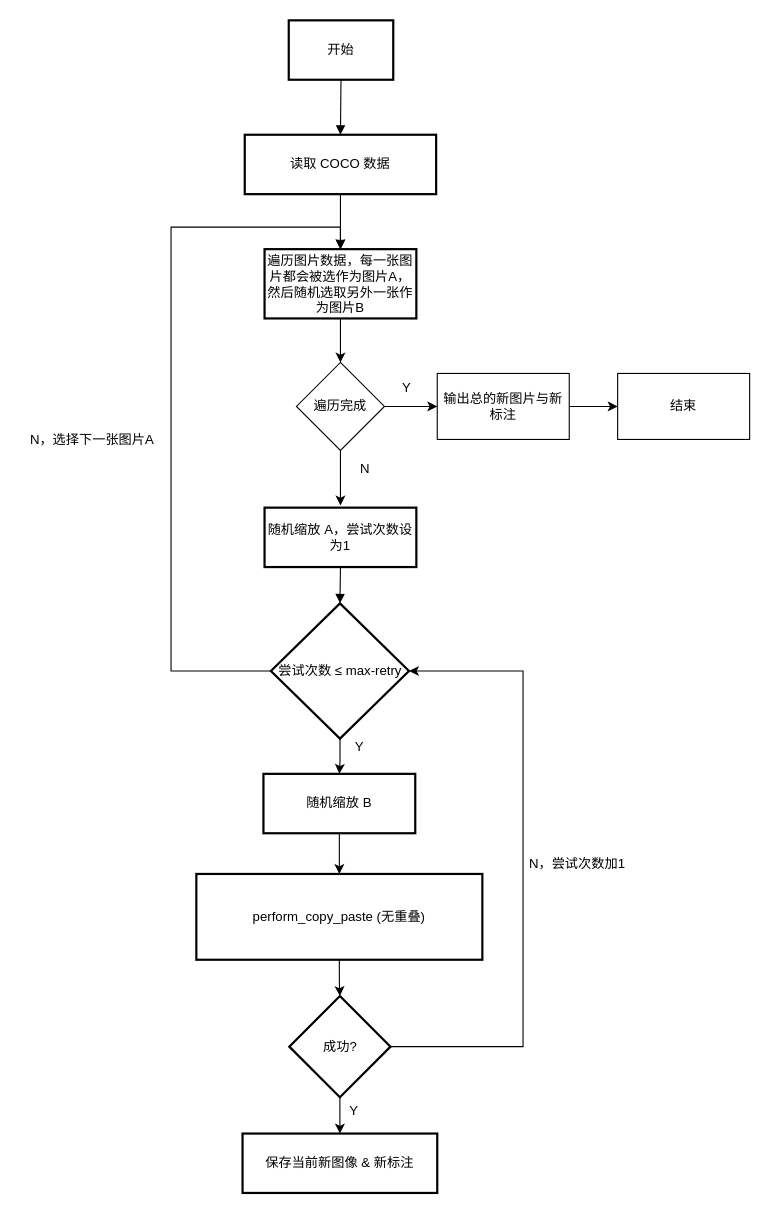
Before: simple-copy-paste.drawio in llxgdtop/weblab-project, a draw.io diagram. Source tidied: cells renumbered, new cells numbered last; positions are measured from the earlier drawing's top-left corner, leaving out a move shared by most shapes. Both pictures are drawn from the tidied source at 110%, with x=0, y=0 at pixel (19, 20).
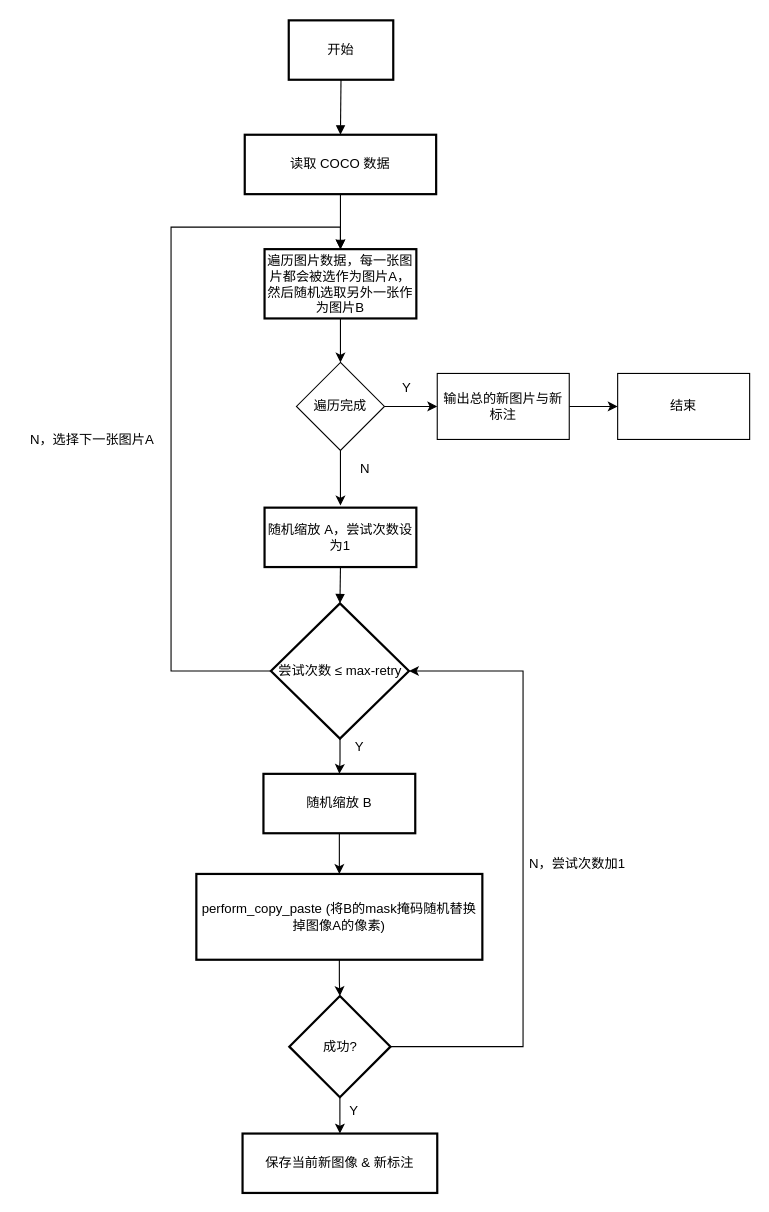
The same page after the edit.

Change to the diagram source:
```diff
@@
-    <mxCell id="13" value="perform_copy_paste (无重叠)" style="whiteSpace=wrap;strokeWidth=2;" parent="1" vertex="1">
+    <mxCell id="13" value="perform_copy_paste (将B的mask掩码随机替换掉图像A的像素)" style="whiteSpace=wrap;strokeWidth=2;" parent="1" vertex="1">
       <mxGeometry x="161" y="776" width="260" height="78" as="geometry" />
     </mxCell>
```
